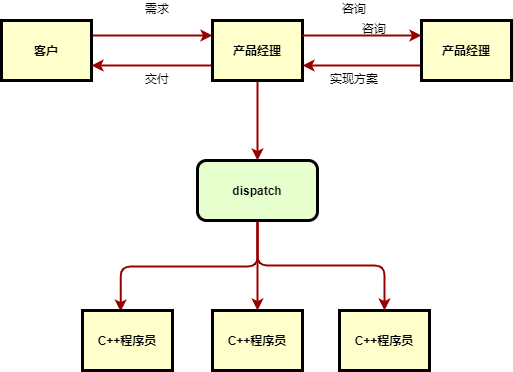
Above: documents/images/reactor-simple.png in Houchengisnull/helloWorld (draw.io), before the change. Source tidied: cells renumbered, new cells last; positions are measured from the earlier drawing's top-left corner, leaving out a move shared by most shapes.
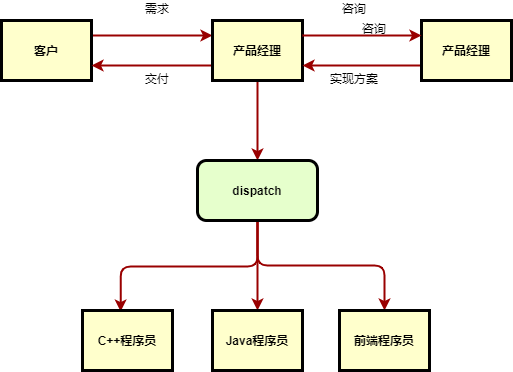
After the change.

Diff of the diagram source:
```diff
@@ -56,10 +56,10 @@
     <mxCell id="19" value="C++程序员" style="whiteSpace=wrap;align=center;verticalAlign=middle;fontStyle=1;strokeWidth=3;fillColor=#FFFFCC;" parent="1" vertex="1">
       <mxGeometry x="81" y="310" width="90" height="60" as="geometry" />
     </mxCell>
-    <mxCell id="20" value="C++程序员" style="whiteSpace=wrap;align=center;verticalAlign=middle;fontStyle=1;strokeWidth=3;fillColor=#FFFFCC;" parent="1" vertex="1">
+    <mxCell id="20" value="Java程序员" style="whiteSpace=wrap;align=center;verticalAlign=middle;fontStyle=1;strokeWidth=3;fillColor=#FFFFCC;" parent="1" vertex="1">
       <mxGeometry x="211" y="310" width="90" height="60" as="geometry" />
     </mxCell>
-    <mxCell id="21" value="C++程序员" style="whiteSpace=wrap;align=center;verticalAlign=middle;fontStyle=1;strokeWidth=3;fillColor=#FFFFCC;" parent="1" vertex="1">
+    <mxCell id="21" value="前端程序员" style="whiteSpace=wrap;align=center;verticalAlign=middle;fontStyle=1;strokeWidth=3;fillColor=#FFFFCC;" parent="1" vertex="1">
       <mxGeometry x="338" y="310" width="90" height="60" as="geometry" />
     </mxCell>
   </root>
```
